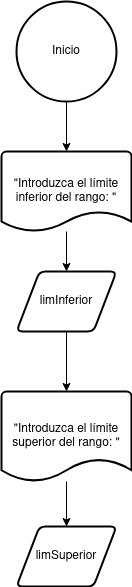
The draw.io diagram unidad-1/tareas/Tarea2/images/diagrama-tarea2.png in mackstm/programacion, before a commit. Source tidied: cells renumbered, new cells last; positions are measured from the earlier drawing's top-left corner, leaving out a move shared by most shapes.
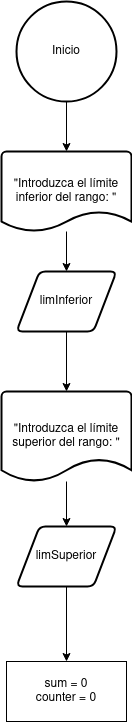
The same file after the commit.

Change to the diagram source:
```diff
@@ -20,6 +20,9 @@
     <mxCell id="7" value="&quot;Introduzca el límite superior del rango: &quot;" style="strokeWidth=2;html=1;shape=mxgraph.flowchart.document2;whiteSpace=wrap;size=0.25;" parent="1" vertex="1">
       <mxGeometry y="390" width="130" height="90" as="geometry" />
     </mxCell>
+    <mxCell id="11" style="edgeStyle=orthogonalEdgeStyle;rounded=0;jettySize=auto;html=1;entryX=0.5;entryY=0;entryDx=0;entryDy=0;" parent="1" edge="1" source="8" target="12">
+      <mxGeometry relative="1" as="geometry" />
+    </mxCell>
     <mxCell id="8" value="limSuperior" style="shape=parallelogram;html=1;strokeWidth=2;perimeter=parallelogramPerimeter;whiteSpace=wrap;rounded=1;arcSize=12;size=0.23;" parent="1" vertex="1">
       <mxGeometry x="15" y="525" width="100" height="60" as="geometry" />
     </mxCell>
@@ -29,5 +32,8 @@
     <mxCell id="10" style="edgeStyle=orthogonalEdgeStyle;rounded=0;jettySize=auto;html=1;entryX=0.5;entryY=0;entryDx=0;entryDy=0;entryPerimeter=0;" parent="1" edge="1" source="5" target="7">
       <mxGeometry relative="1" as="geometry" />
     </mxCell>
+    <mxCell id="12" value="&lt;div&gt;sum = 0&lt;/div&gt;&lt;div&gt;counter = 0&lt;br&gt;&lt;/div&gt;" style="rounded=0;whiteSpace=wrap;html=1;" parent="1" vertex="1">
+      <mxGeometry x="5" y="660" width="120" height="60" as="geometry" />
+    </mxCell>
   </root>
 </mxGraphModel>
```
